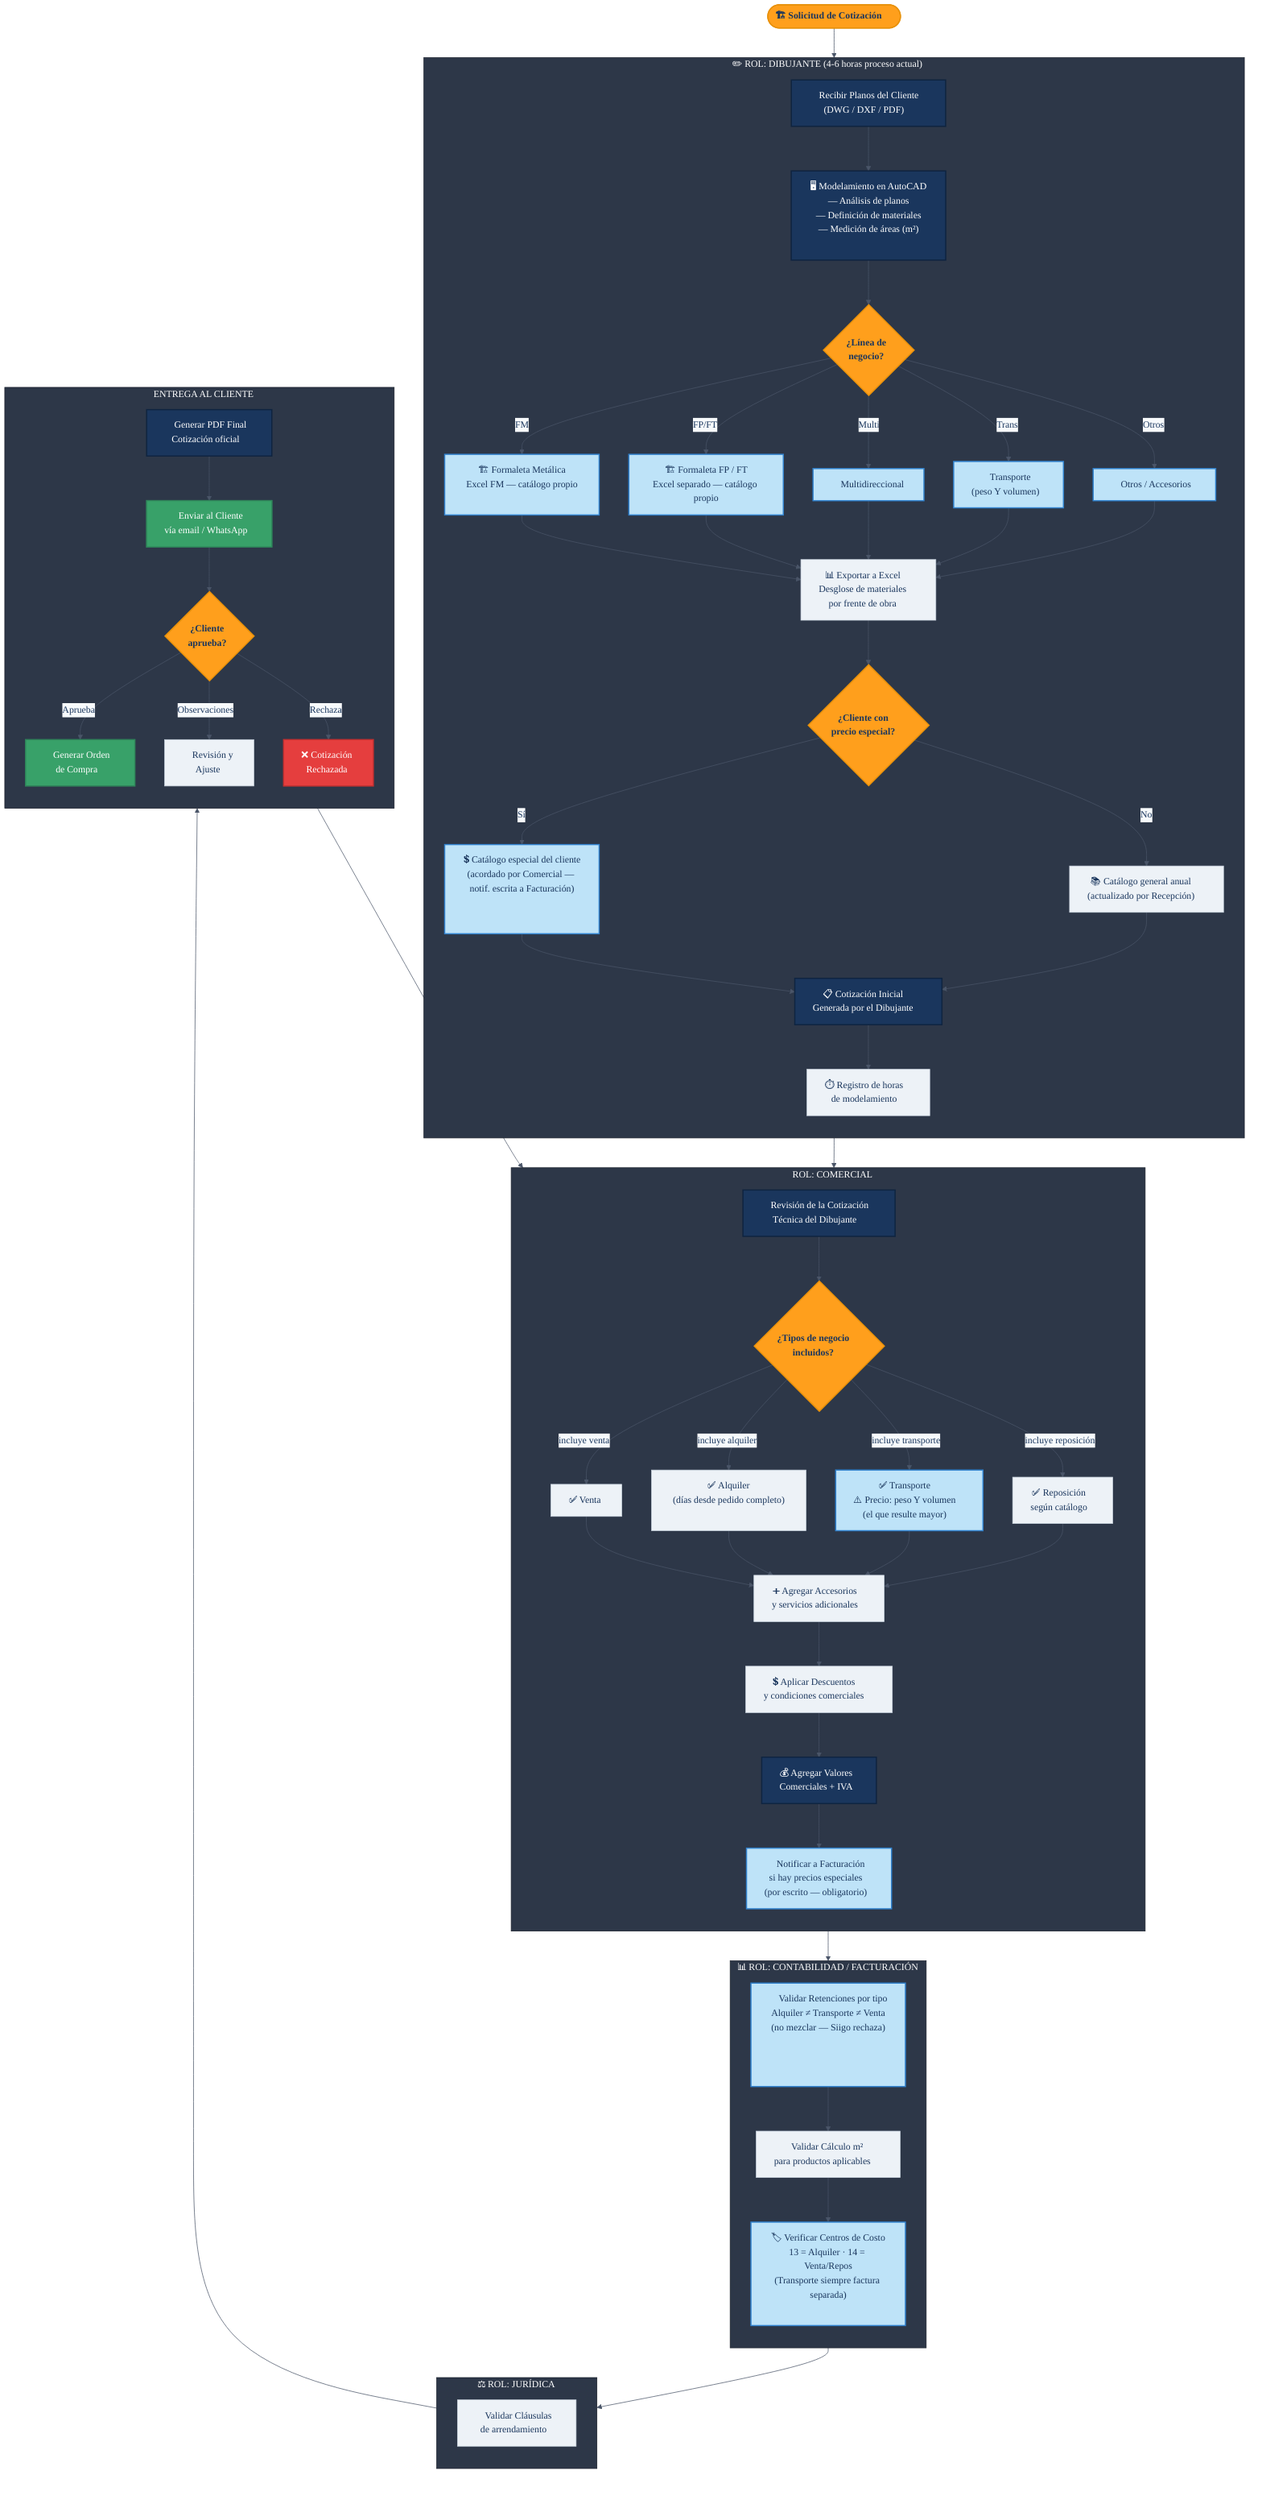
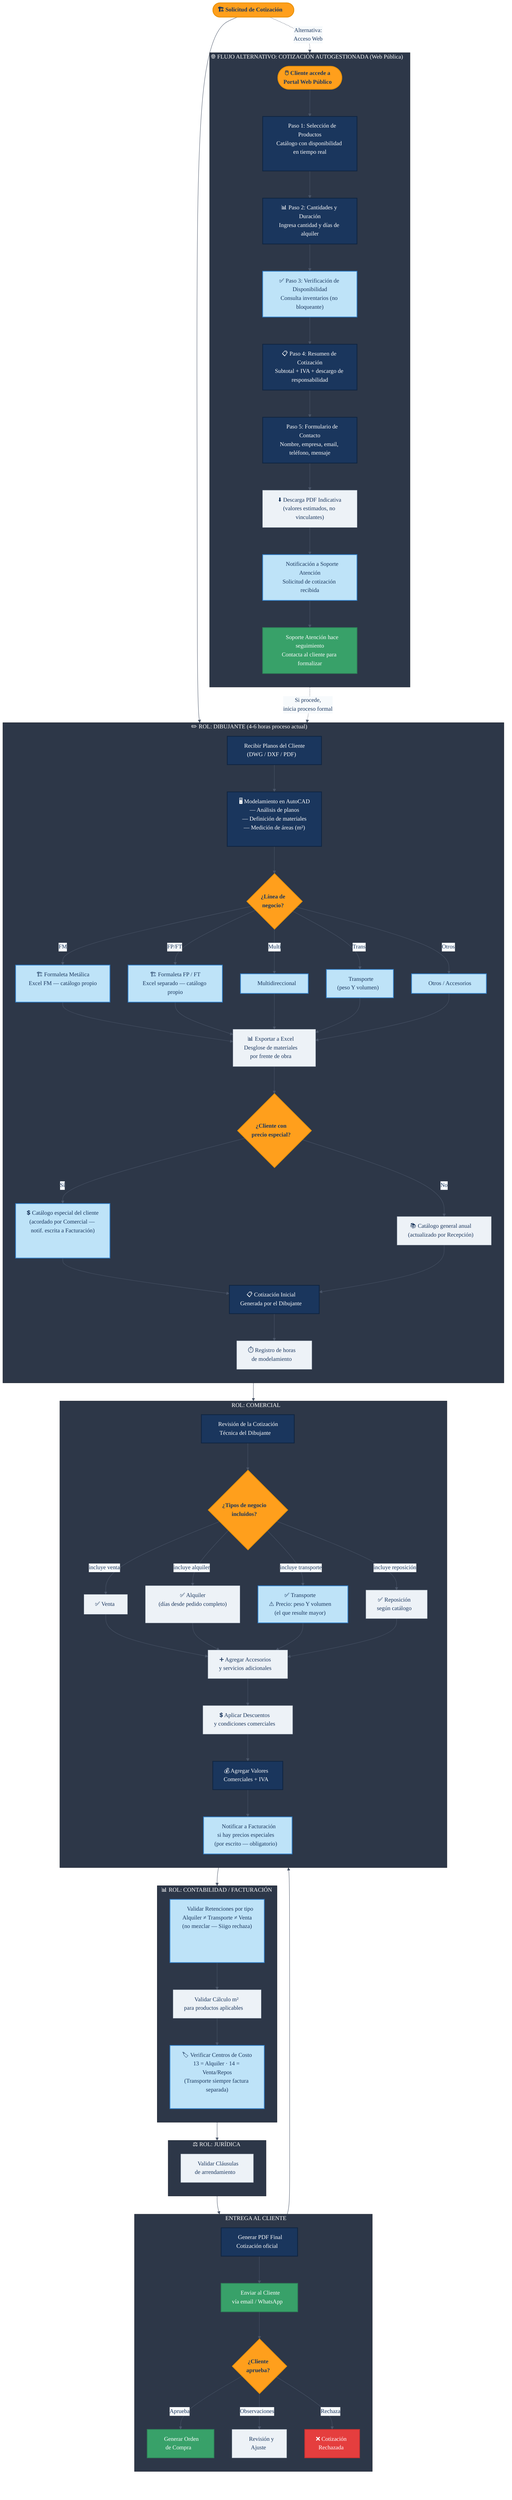
%%{init: {
  'theme': 'base',
  'themeVariables': {
    'primaryColor': '#1A365D',
    'primaryTextColor': '#FFFFFF',
    'primaryBorderColor': '#1A365D',
    'lineColor': '#4A5568',
    'secondaryColor': '#EDF2F7',
    'clusterBkg': '#2D3748',
    'clusterBorder': '#1A202C',
    'titleColor': '#FFFFFF',
    'edgeLabelBackground': '#F7FAFC',
    'fontFamily': 'Montserrat, sans-serif'
  }
}}%%

flowchart TD
    classDef azul       fill:#1A365D,color:#FFFFFF,stroke:#0F2440,stroke-width:2px
    classDef naranja     fill:#FF9F1C,color:#1A365D,stroke:#E8910A,stroke-width:2px,font-weight:bold
    classDef gris        fill:#4A5568,color:#FFFFFF,stroke:#2D3748,stroke-width:1px
    classDef grisClaro   fill:#EDF2F7,color:#1A365D,stroke:#CBD5E0,stroke-width:1px
    classDef exito       fill:#38A169,color:#FFFFFF,stroke:#2F855A,stroke-width:2px
    classDef peligro     fill:#E53E3E,color:#FFFFFF,stroke:#C53030,stroke-width:2px
    classDef nuevo       fill:#BEE3F8,color:#1A365D,stroke:#3182CE,stroke-width:2px

    linkStyle default color:#1A365D

    INICIO(["🏗️ Solicitud de Cotización"]):::naranja

    subgraph DIBUJANTE["✏️  ROL: DIBUJANTE (4-6 horas proceso actual)"]
        direction TB
        PLANOS["📐 Recibir Planos del Cliente\n(DWG / DXF / PDF)"]:::azul
        AUTOCAD["🖥️ Modelamiento en AutoCAD\n― Análisis de planos\n― Definición de materiales\n― Medición de áreas (m²)"]:::azul
        LINEAQ{"¿Línea de\nnegocio?"}:::naranja
        LN_FM["🏗️ Formaleta Metálica\nExcel FM — catálogo propio"]:::nuevo
        LN_FP["🏗️ Formaleta FP / FT\nExcel separado — catálogo propio"]:::nuevo
        LN_MD["🔩 Multidireccional"]:::nuevo
        LN_TR["🚛 Transporte\n(peso Y volumen)"]:::nuevo
        LN_OT["🔧 Otros / Accesorios"]:::nuevo
        EXCEL["📊 Exportar a Excel\nDesglose de materiales\npor frente de obra"]:::grisClaro
        CATQ{"¿Cliente con\nprecio especial?"}:::naranja
        CAT_ESP["💲 Catálogo especial del cliente\n(acordado por Comercial — notif. escrita a Facturación)"]:::nuevo
        CAT_GEN["📚 Catálogo general anual\n(actualizado por Recepción)"]:::grisClaro
        COTINI["📋 Cotización Inicial\nGenerada por el Dibujante"]:::azul
        HORAS["⏱️ Registro de horas\nde modelamiento"]:::grisClaro
    end

    subgraph COMERCIAL["💼  ROL: COMERCIAL"]
        direction TB
        REVCOM["👀 Revisión de la Cotización\nTécnica del Dibujante"]:::azul
        TIPONEQ{"¿Tipos de negocio\nincluidos?"}:::naranja
        TV["✅ Venta"]:::grisClaro
        TA["✅ Alquiler\n(días desde pedido completo)"]:::grisClaro
        TT["✅ Transporte\n⚠️ Precio: peso Y volumen\n(el que resulte mayor)"]:::nuevo
        TR["✅ Reposición\nsegún catálogo"]:::grisClaro
        ACCESORIOS["➕ Agregar Accesorios\ny servicios adicionales"]:::grisClaro
        DESCUENTO["💲 Aplicar Descuentos\ny condiciones comerciales"]:::grisClaro
        VALCOM["💰 Agregar Valores\nComerciales + IVA"]:::azul
        NOTIF_FAC["📧 Notificar a Facturación\nsi hay precios especiales\n(por escrito — obligatorio)"]:::nuevo
    end

    subgraph CONTABILIDAD_REV["📊  ROL: CONTABILIDAD / FACTURACIÓN"]
        direction TB
        RETENC["🧾 Validar Retenciones por tipo\nAlquiler ≠ Transporte ≠ Venta\n(no mezclar — Siigo rechaza)"]:::nuevo
        M2["📐 Validar Cálculo m²\npara productos aplicables"]:::grisClaro
        CCOSTO["🏷️ Verificar Centros de Costo\n13 = Alquiler · 14 = Venta/Repos\n(Transporte siempre factura separada)"]:::nuevo
    end

    subgraph JURIDICA_REV["⚖️  ROL: JURÍDICA"]
        direction TB
        COND["📜 Validar Cláusulas\nde arrendamiento"]:::grisClaro
    end

    subgraph SALIDA["📄  ENTREGA AL CLIENTE"]
        direction TB
        PDF["📄 Generar PDF Final\nCotización oficial"]:::azul
        ENVIO["📧 Enviar al Cliente\nvía email / WhatsApp"]:::exito
        RESPQ{"¿Cliente\naprueba?"}:::naranja
        ORDEN["📝 Generar Orden\nde Compra"]:::exito
        RECHAZA["❌ Cotización\nRechazada"]:::peligro
        REVISION["🔄 Revisión y\nAjuste"]:::grisClaro
    end

    %% ── FLUJO
    INICIO --> PLANOS
    PLANOS --> AUTOCAD
    AUTOCAD --> LINEAQ
    LINEAQ -->|"FM"| LN_FM
    LINEAQ -->|"FP/FT"| LN_FP
    LINEAQ -->|"Multi"| LN_MD
    LINEAQ -->|"Trans"| LN_TR
    LINEAQ -->|"Otros"| LN_OT
    LN_FM & LN_FP & LN_MD & LN_TR & LN_OT --> EXCEL
    EXCEL --> CATQ
    CATQ -->|"Sí"| CAT_ESP
    CATQ -->|"No"| CAT_GEN
    CAT_ESP & CAT_GEN --> COTINI
    COTINI --> HORAS
    HORAS --> REVCOM

    REVCOM --> TIPONEQ
    TIPONEQ -->|"incluye venta"| TV
    TIPONEQ -->|"incluye alquiler"| TA
    TIPONEQ -->|"incluye transporte"| TT
    TIPONEQ -->|"incluye reposición"| TR
    TV & TA & TT & TR --> ACCESORIOS
    ACCESORIOS --> DESCUENTO
    DESCUENTO --> VALCOM
    VALCOM --> NOTIF_FAC

    NOTIF_FAC --> RETENC
    RETENC --> M2
    M2 --> CCOSTO
    CCOSTO --> COND
    COND --> PDF

    PDF --> ENVIO
    ENVIO --> RESPQ
    RESPQ -->|"Aprueba"| ORDEN
    RESPQ -->|"Observaciones"| REVISION
    RESPQ -->|"Rechaza"| RECHAZA
    REVISION --> REVCOM
+ 
+     %% ── FLUJO ALTERNATIVO: COTIZACIÓN AUTOGESTIONADA (WEB PÚBLICA)
+     subgraph COTIZACION_WEB["🌐  FLUJO ALTERNATIVO: COTIZACIÓN AUTOGESTIONADA (Web Pública)"]
+         direction TB
+         WEB_INICIO(["🖱️ Cliente accede a\nPortal Web Público"]):::naranja
+         WEB_PRODUCTOS["🛒 Paso 1: Selección de Productos\nCatálogo con disponibilidad en tiempo real"]:::azul
+         WEB_CANTIDAD["📊 Paso 2: Cantidades y Duración\nIngresa cantidad y días de alquiler"]:::azul
+         WEB_DISPONIBILIDAD["✅ Paso 3: Verificación de Disponibilidad\nConsulta inventarios (no bloqueante)"]:::nuevo
+         WEB_RESUMEN["📋 Paso 4: Resumen de Cotización\nSubtotal + IVA + descargo de responsabilidad"]:::azul
+         WEB_CONTACTO["📧 Paso 5: Formulario de Contacto\nNombre, empresa, email, teléfono, mensaje"]:::azul
+         WEB_DESCARGA["⬇️ Descarga PDF Indicativa\n(valores estimados, no vinculantes)"]:::grisClaro
+         WEB_NOTIF["🔔 Notificación a Soporte Atención\nSolicitud de cotización recibida"]:::nuevo
+         WEB_SEGUIMIENTO["👤 Soporte Atención hace seguimiento\nContacta al cliente para formalizar"]:::exito
+     end
+ 
+     INICIO -.->|"Alternativa:\nAcceso Web"| WEB_INICIO
+     WEB_INICIO --> WEB_PRODUCTOS
+     WEB_PRODUCTOS --> WEB_CANTIDAD
+     WEB_CANTIDAD --> WEB_DISPONIBILIDAD
+     WEB_DISPONIBILIDAD --> WEB_RESUMEN
+     WEB_RESUMEN --> WEB_CONTACTO
+     WEB_CONTACTO --> WEB_DESCARGA
+     WEB_DESCARGA --> WEB_NOTIF
+     WEB_NOTIF --> WEB_SEGUIMIENTO
+     WEB_SEGUIMIENTO -.->|"Si procede,\ninicia proceso formal"| PLANOS
